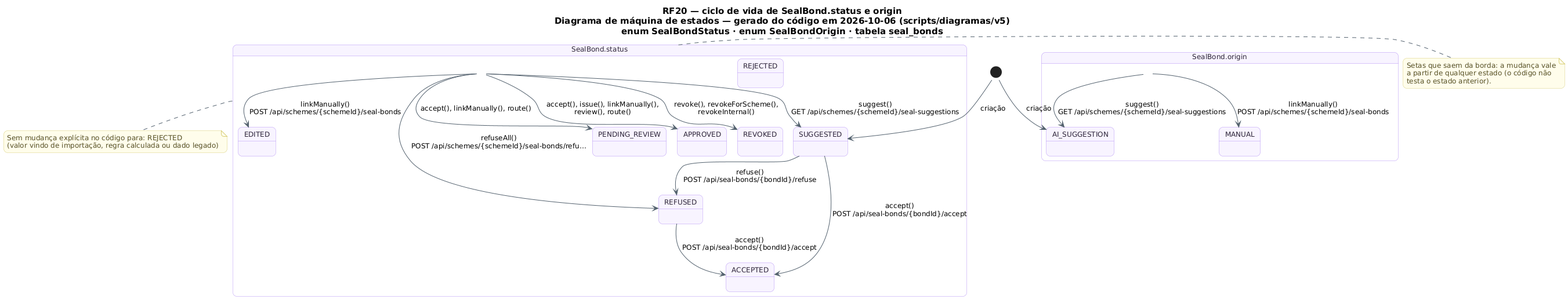
MatheusHaliski/tcc-2026-fashion-ai-backend keeps this PlantUML diagram as docs/diagramas/RF20/RF20_MaquinaDeEstados_Vinculo.png. Above is the earlier version. Its diagram source:
```plantuml
@startuml RF20_MaquinaDeEstados_Vinculo
!pragma layout smetana
skinparam backgroundColor #FFFFFF
skinparam shadowing false
skinparam defaultFontName "DejaVu Sans"
skinparam defaultFontSize 12
skinparam titleFontSize 15
skinparam roundcorner 14
skinparam ArrowColor #52606D
skinparam note {
  BackgroundColor #FFFDEB
  BorderColor #D8CE78
  FontColor #554F24
}
skinparam state {
  BackgroundColor #F8F4FF
  BorderColor #B695F5
  FontColor #2D2438
  StartColor #20A77A
  EndColor #4B5563
}
title RF20 — ciclo de vida de SealBond.status e origin\nDiagrama de máquina de estados — gerado do código em 2026-10-06 (scripts/diagramas/v5)\nenum SealBondStatus · enum SealBondOrigin · tabela seal_bonds

state "SealBond.status" as Ciclo_SealBond {
  state Ciclo_SealBond_SUGGESTED as "SUGGESTED"
  state Ciclo_SealBond_ACCEPTED as "ACCEPTED"
  state Ciclo_SealBond_EDITED as "EDITED"
  state Ciclo_SealBond_REFUSED as "REFUSED"
  state Ciclo_SealBond_PENDING_REVIEW as "PENDING_REVIEW"
  state Ciclo_SealBond_APPROVED as "APPROVED"
  state Ciclo_SealBond_REJECTED as "REJECTED"
  state Ciclo_SealBond_REVOKED as "REVOKED"
}
[*] --> Ciclo_SealBond_SUGGESTED : criação
Ciclo_SealBond --> Ciclo_SealBond_APPROVED : accept(), issue(), linkManually(),\nreview(), route()
Ciclo_SealBond --> Ciclo_SealBond_EDITED : linkManually()\nPOST /api/schemes/{schemeId}/seal-bonds
Ciclo_SealBond --> Ciclo_SealBond_PENDING_REVIEW : accept(), linkManually(), route()
Ciclo_SealBond --> Ciclo_SealBond_REFUSED : refuseAll()\nPOST /api/schemes/{schemeId}/seal-bonds/refu…
Ciclo_SealBond --> Ciclo_SealBond_REVOKED : revoke(), revokeForScheme(),\nrevokeInternal()
Ciclo_SealBond --> Ciclo_SealBond_SUGGESTED : suggest()\nGET /api/schemes/{schemeId}/seal-suggestions
Ciclo_SealBond_REFUSED --> Ciclo_SealBond_ACCEPTED : accept()\nPOST /api/seal-bonds/{bondId}/accept
Ciclo_SealBond_SUGGESTED --> Ciclo_SealBond_ACCEPTED : accept()\nPOST /api/seal-bonds/{bondId}/accept
Ciclo_SealBond_SUGGESTED --> Ciclo_SealBond_REFUSED : refuse()\nPOST /api/seal-bonds/{bondId}/refuse
note bottom of Ciclo_SealBond
  Sem mudança explícita no código para: REJECTED
  (valor vindo de importação, regra calculada ou dado legado)
end note
state "SealBond.origin" as Ciclo_SealBond_origin {
  state Ciclo_SealBond_origin_AI_SUGGESTION as "AI_SUGGESTION"
  state Ciclo_SealBond_origin_MANUAL as "MANUAL"
}
[*] --> Ciclo_SealBond_origin_AI_SUGGESTION : criação
Ciclo_SealBond_origin --> Ciclo_SealBond_origin_AI_SUGGESTION : suggest()\nGET /api/schemes/{schemeId}/seal-suggestions
Ciclo_SealBond_origin --> Ciclo_SealBond_origin_MANUAL : linkManually()\nPOST /api/schemes/{schemeId}/seal-bonds
note right of Ciclo_SealBond
  Setas que saem da borda: a mudança vale
  a partir de qualquer estado (o código não
  testa o estado anterior).
end note
@enduml
```
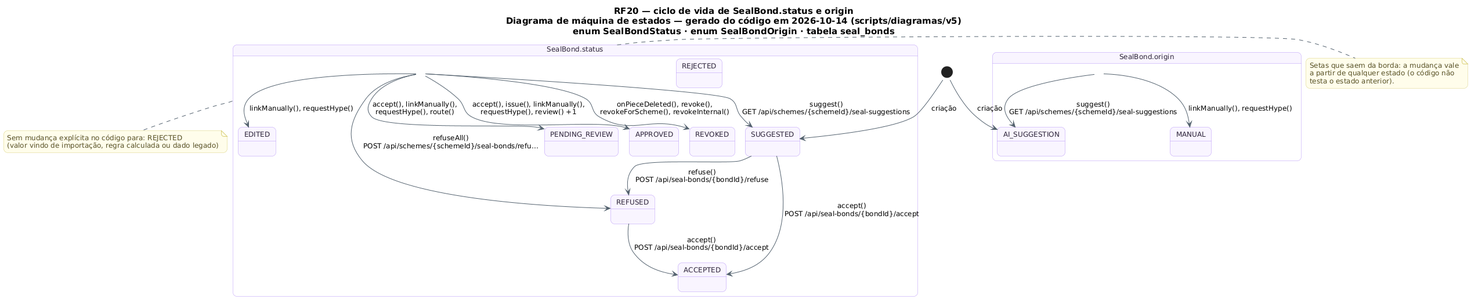
Later version of the same file.

Change to the diagram source:
```diff
@@ -19,7 +19,7 @@
   StartColor #20A77A
   EndColor #4B5563
 }
-title RF20 — ciclo de vida de SealBond.status e origin\nDiagrama de máquina de estados — gerado do código em 2026-10-06 (scripts/diagramas/v5)\nenum SealBondStatus · enum SealBondOrigin · tabela seal_bonds
+title RF20 — ciclo de vida de SealBond.status e origin\nDiagrama de máquina de estados — gerado do código em 2026-10-14 (scripts/diagramas/v5)\nenum SealBondStatus · enum SealBondOrigin · tabela seal_bonds
 
 state "SealBond.status" as Ciclo_SealBond {
   state Ciclo_SealBond_SUGGESTED as "SUGGESTED"
@@ -32,11 +32,11 @@
   state Ciclo_SealBond_REVOKED as "REVOKED"
 }
 [*] --> Ciclo_SealBond_SUGGESTED : criação
-Ciclo_SealBond --> Ciclo_SealBond_APPROVED : accept(), issue(), linkManually(),\nreview(), route()
-Ciclo_SealBond --> Ciclo_SealBond_EDITED : linkManually()\nPOST /api/schemes/{schemeId}/seal-bonds
-Ciclo_SealBond --> Ciclo_SealBond_PENDING_REVIEW : accept(), linkManually(), route()
+Ciclo_SealBond --> Ciclo_SealBond_APPROVED : accept(), issue(), linkManually(),\nrequestHype(), review() +1
+Ciclo_SealBond --> Ciclo_SealBond_EDITED : linkManually(), requestHype()
+Ciclo_SealBond --> Ciclo_SealBond_PENDING_REVIEW : accept(), linkManually(),\nrequestHype(), route()
 Ciclo_SealBond --> Ciclo_SealBond_REFUSED : refuseAll()\nPOST /api/schemes/{schemeId}/seal-bonds/refu…
-Ciclo_SealBond --> Ciclo_SealBond_REVOKED : revoke(), revokeForScheme(),\nrevokeInternal()
+Ciclo_SealBond --> Ciclo_SealBond_REVOKED : onPieceDeleted(), revoke(),\nrevokeForScheme(), revokeInternal()
 Ciclo_SealBond --> Ciclo_SealBond_SUGGESTED : suggest()\nGET /api/schemes/{schemeId}/seal-suggestions
 Ciclo_SealBond_REFUSED --> Ciclo_SealBond_ACCEPTED : accept()\nPOST /api/seal-bonds/{bondId}/accept
 Ciclo_SealBond_SUGGESTED --> Ciclo_SealBond_ACCEPTED : accept()\nPOST /api/seal-bonds/{bondId}/accept
@@ -51,7 +51,7 @@
 }
 [*] --> Ciclo_SealBond_origin_AI_SUGGESTION : criação
 Ciclo_SealBond_origin --> Ciclo_SealBond_origin_AI_SUGGESTION : suggest()\nGET /api/schemes/{schemeId}/seal-suggestions
-Ciclo_SealBond_origin --> Ciclo_SealBond_origin_MANUAL : linkManually()\nPOST /api/schemes/{schemeId}/seal-bonds
+Ciclo_SealBond_origin --> Ciclo_SealBond_origin_MANUAL : linkManually(), requestHype()
 note right of Ciclo_SealBond
   Setas que saem da borda: a mudança vale
   a partir de qualquer estado (o código não
```
